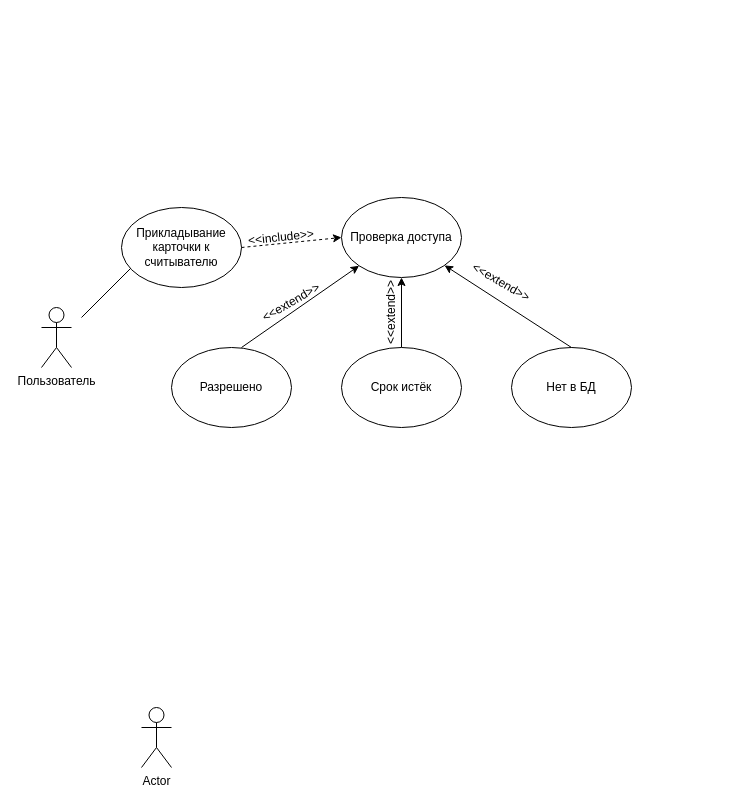
Before: Документация/Диаграмма прецедентов.drawio in Artepi2349/RFID, a draw.io diagram. Source tidied: cells renumbered, new cells numbered last; positions are measured from the earlier drawing's top-left corner, leaving out a move shared by most shapes. Both pictures are drawn from the tidied source at 100%, with x=0, y=0 at pixel (41, 197).
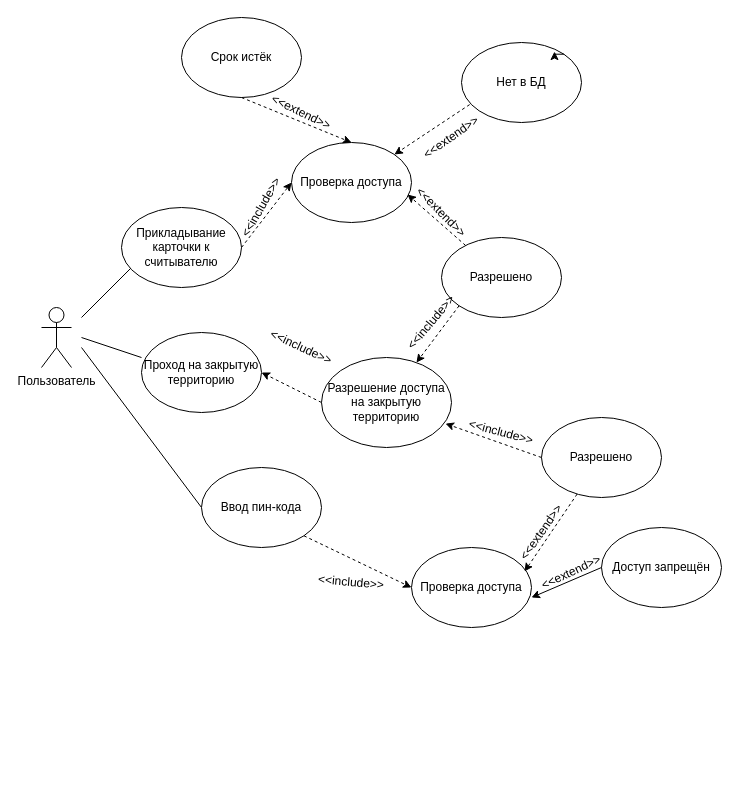
The same diagram, later.

The edit, as a diff of the source:
```diff
@@
-    <mxCell id="5" style="edgeStyle=orthogonalEdgeStyle;rounded=0;jettySize=auto;html=1;entryX=0.5;entryY=1;entryDx=0;entryDy=0;" parent="1" edge="1" source="6" target="7">
-      <mxGeometry relative="1" as="geometry" />
-    </mxCell>
     <mxCell id="6" value="Срок истёк" style="ellipse;whiteSpace=wrap;html=1;" parent="1" vertex="1">
-      <mxGeometry x="300" y="150" width="120" height="80" as="geometry" />
+      <mxGeometry x="140" y="-180" width="120" height="80" as="geometry" />
     </mxCell>
     <mxCell id="7" value="Проверка доступа" style="ellipse;whiteSpace=wrap;html=1;" parent="1" vertex="1">
-      <mxGeometry x="300" width="120" height="80" as="geometry" />
+      <mxGeometry x="250" y="-55" width="120" height="80" as="geometry" />
     </mxCell>
@@
-    <mxCell id="9" value="&amp;lt;&amp;lt;include&amp;gt;&amp;gt;" style="text;html=1;align=center;verticalAlign=middle;whiteSpace=wrap;rounded=0;rotation=354;" parent="1" vertex="1">
-      <mxGeometry x="210" y="25" width="60" height="30" as="geometry" />
+    <mxCell id="9" value="&amp;lt;&amp;lt;include&amp;gt;&amp;gt;" style="text;html=1;align=center;verticalAlign=middle;whiteSpace=wrap;rounded=0;rotation=-60;" parent="1" vertex="1">
+      <mxGeometry x="190" y="-5" width="60" height="30" as="geometry" />
     </mxCell>
     <mxCell id="10" value="Разрешено" style="ellipse;whiteSpace=wrap;html=1;" parent="1" vertex="1">
-      <mxGeometry x="130" y="150" width="120" height="80" as="geometry" />
+      <mxGeometry x="400" y="40" width="120" height="80" as="geometry" />
     </mxCell>
     <mxCell id="11" value="Нет в БД" style="ellipse;whiteSpace=wrap;html=1;" parent="1" vertex="1">
-      <mxGeometry x="470" y="150" width="120" height="80" as="geometry" />
+      <mxGeometry x="420" y="-155" width="120" height="80" as="geometry" />
     </mxCell>
-    <mxCell id="12" style="endArrow=classic;html=1;rounded=0;entryX=0;entryY=1;entryDx=0;entryDy=0;" parent="1" edge="1" target="7">
-      <mxGeometry relative="1" as="geometry">
-        <mxPoint x="200" y="150" as="sourcePoint" />
-      </mxGeometry>
+    <mxCell id="12" style="endArrow=classic;html=1;rounded=0;entryX=0.967;entryY=0.65;entryDx=0;entryDy=0;dashed=1;entryPerimeter=0;" parent="1" edge="1" source="10" target="7">
+      <mxGeometry relative="1" as="geometry" />
     </mxCell>
-    <mxCell id="13" style="endArrow=classic;html=1;rounded=0;exitX=0.5;exitY=0;exitDx=0;exitDy=0;" parent="1" edge="1" source="11" target="7">
+    <mxCell id="13" style="endArrow=classic;html=1;rounded=0;exitX=0.068;exitY=0.776;exitDx=0;exitDy=0;exitPerimeter=0;dashed=1;" parent="1" edge="1" source="11" target="7">
       <mxGeometry relative="1" as="geometry" />
     </mxCell>
-    <mxCell id="14" value="&amp;lt;&amp;lt;extend&amp;gt;&amp;gt;" style="text;html=1;align=center;verticalAlign=middle;whiteSpace=wrap;rounded=0;rotation=330;" parent="1" vertex="1">
-      <mxGeometry x="220" y="90" width="60" height="30" as="geometry" />
+    <mxCell id="14" value="&amp;lt;&amp;lt;extend&amp;gt;&amp;gt;" style="text;html=1;align=center;verticalAlign=middle;whiteSpace=wrap;rounded=0;rotation=45;" parent="1" vertex="1">
+      <mxGeometry x="370" width="60" height="30" as="geometry" />
     </mxCell>
+    <mxCell id="16" value="&amp;lt;&amp;lt;extend&amp;gt;&amp;gt;" style="text;html=1;align=center;verticalAlign=middle;whiteSpace=wrap;rounded=0;rotation=-35;" parent="1" vertex="1">
+      <mxGeometry x="380" y="-75" width="60" height="30" as="geometry" />
+    </mxCell>
+    <mxCell id="18" style="endArrow=none;html=1;rounded=0;" parent="1" edge="1">
+      <mxGeometry relative="1" as="geometry">
+        <mxPoint x="160" y="310" as="sourcePoint" />
+        <mxPoint x="40" y="150" as="targetPoint" />
+      </mxGeometry>
+    </mxCell>
+    <mxCell id="19" value="Ввод пин-кода" style="ellipse;whiteSpace=wrap;html=1;" parent="1" vertex="1">
+      <mxGeometry x="160" y="270" width="120" height="80" as="geometry" />
+    </mxCell>
+    <mxCell id="20" style="edgeStyle=orthogonalEdgeStyle;rounded=0;jettySize=auto;html=1;exitX=0;exitY=1;exitDx=0;exitDy=0;" parent="1" edge="1" source="21">
+      <mxGeometry relative="1" as="geometry">
+        <mxPoint x="388" y="400" as="targetPoint" />
+      </mxGeometry>
+    </mxCell>
+    <mxCell id="21" value="Проверка доступа" style="ellipse;whiteSpace=wrap;html=1;" parent="1" vertex="1">
+      <mxGeometry x="370" y="350" width="120" height="80" as="geometry" />
+    </mxCell>
+    <mxCell id="22" value="&amp;lt;&amp;lt;include&amp;gt;&amp;gt;" style="text;html=1;align=center;verticalAlign=middle;whiteSpace=wrap;rounded=0;rotation=5;" parent="1" vertex="1">
+      <mxGeometry x="280" y="370" width="60" height="30" as="geometry" />
+    </mxCell>
+    <mxCell id="23" style="endArrow=classic;html=1;rounded=0;dashed=1;exitX=1;exitY=1;exitDx=0;exitDy=0;entryX=0;entryY=0.5;entryDx=0;entryDy=0;" parent="1" edge="1" source="19" target="21">
+      <mxGeometry relative="1" as="geometry" />
+    </mxCell>
-    <mxCell id="15" value="&amp;lt;&amp;lt;extend&amp;gt;&amp;gt;" style="text;html=1;align=center;verticalAlign=middle;whiteSpace=wrap;rounded=0;rotation=270;" parent="1" vertex="1">
-      <mxGeometry x="320" y="100" width="60" height="30" as="geometry" />
+    <mxCell id="15" value="&amp;lt;&amp;lt;extend&amp;gt;&amp;gt;" style="text;html=1;align=center;verticalAlign=middle;whiteSpace=wrap;rounded=0;rotation=26;" parent="1" vertex="1">
+      <mxGeometry x="230" y="-100" width="60" height="30" as="geometry" />
     </mxCell>
-    <mxCell id="16" value="&amp;lt;&amp;lt;extend&amp;gt;&amp;gt;" style="text;html=1;align=center;verticalAlign=middle;whiteSpace=wrap;rounded=0;rotation=30;" parent="1" vertex="1">
-      <mxGeometry x="430" y="70" width="60" height="30" as="geometry" />
-    </mxCell>
-    <mxCell id="17" value="Actor" style="shape=umlActor;verticalLabelPosition=bottom;verticalAlign=top;html=1;" parent="1" vertex="1">
-      <mxGeometry x="100" y="510" width="30" height="60" as="geometry" />
-    </mxCell>
+    <mxCell id="24" style="endArrow=classic;html=1;rounded=0;entryX=0.942;entryY=0.3;entryDx=0;entryDy=0;entryPerimeter=0;dashed=1;" parent="1" edge="1" source="34" target="21">
+      <mxGeometry relative="1" as="geometry" />
+    </mxCell>
+    <mxCell id="25" value="&amp;lt;&amp;lt;extend&amp;gt;&amp;gt;" style="text;html=1;align=center;verticalAlign=middle;whiteSpace=wrap;rounded=0;rotation=-25;" parent="1" vertex="1">
+      <mxGeometry x="500" y="360" width="60" height="30" as="geometry" />
+    </mxCell>
+    <mxCell id="26" value="Проход на закрытую территорию" style="ellipse;whiteSpace=wrap;html=1;" parent="1" vertex="1">
+      <mxGeometry x="100" y="135" width="120" height="80" as="geometry" />
+    </mxCell>
+    <mxCell id="27" value="Разрешение доступа на закрытую территорию" style="ellipse;whiteSpace=wrap;html=1;" parent="1" vertex="1">
+      <mxGeometry x="280" y="160" width="130" height="90" as="geometry" />
+    </mxCell>
+    <mxCell id="28" style="endArrow=classic;html=1;rounded=0;dashed=1;exitX=0;exitY=1;exitDx=0;exitDy=0;" parent="1" edge="1" source="10" target="27">
+      <mxGeometry relative="1" as="geometry" />
+    </mxCell>
+    <mxCell id="29" style="endArrow=classic;html=1;rounded=0;exitX=0;exitY=0.5;exitDx=0;exitDy=0;entryX=1;entryY=0.5;entryDx=0;entryDy=0;dashed=1;" parent="1" edge="1" source="27" target="26">
+      <mxGeometry relative="1" as="geometry" />
+    </mxCell>
+    <mxCell id="30" style="endArrow=none;html=1;rounded=0;entryX=0;entryY=0.313;entryDx=0;entryDy=0;entryPerimeter=0;" parent="1" edge="1" target="26">
+      <mxGeometry relative="1" as="geometry">
+        <mxPoint x="40" y="140" as="sourcePoint" />
+      </mxGeometry>
+    </mxCell>
+    <mxCell id="31" value="&amp;lt;&amp;lt;include&amp;gt;&amp;gt;" style="text;html=1;align=center;verticalAlign=middle;whiteSpace=wrap;rounded=0;rotation=25;" parent="1" vertex="1">
+      <mxGeometry x="230" y="135" width="60" height="30" as="geometry" />
+    </mxCell>
+    <mxCell id="32" value="&amp;lt;&amp;lt;include&amp;gt;&amp;gt;" style="text;html=1;align=center;verticalAlign=middle;whiteSpace=wrap;rounded=0;rotation=-50;dashed=1;" parent="1" vertex="1">
+      <mxGeometry x="360" y="110" width="60" height="30" as="geometry" />
+    </mxCell>
+    <mxCell id="33" style="edgeStyle=orthogonalEdgeStyle;rounded=0;orthogonalLoop=1;jettySize=auto;html=1;exitX=1;exitY=0;exitDx=0;exitDy=0;entryX=0.775;entryY=0.113;entryDx=0;entryDy=0;entryPerimeter=0;" parent="1" edge="1" source="11" target="11">
+      <mxGeometry relative="1" as="geometry" />
+    </mxCell>
+    <mxCell id="34" value="Разрешено" style="ellipse;whiteSpace=wrap;html=1;" parent="1" vertex="1">
+      <mxGeometry x="500" y="220" width="120" height="80" as="geometry" />
+    </mxCell>
+    <mxCell id="35" style="endArrow=classic;html=1;rounded=0;entryX=0.5;entryY=0;entryDx=0;entryDy=0;dashed=1;" parent="1" edge="1" target="7">
+      <mxGeometry relative="1" as="geometry">
+        <mxPoint x="200" y="-100" as="sourcePoint" />
+      </mxGeometry>
+    </mxCell>
+    <mxCell id="36" value="Доступ запрещён" style="ellipse;whiteSpace=wrap;html=1;" parent="1" vertex="1">
+      <mxGeometry x="560" y="330" width="120" height="80" as="geometry" />
+    </mxCell>
+    <mxCell id="37" style="endArrow=classic;html=1;rounded=0;exitX=0;exitY=0.5;exitDx=0;exitDy=0;" parent="1" edge="1" source="36">
+      <mxGeometry relative="1" as="geometry">
+        <mxPoint x="490" y="400" as="targetPoint" />
+      </mxGeometry>
+    </mxCell>
+    <mxCell id="38" value="&amp;lt;&amp;lt;extend&amp;gt;&amp;gt;" style="text;html=1;align=center;verticalAlign=middle;whiteSpace=wrap;rounded=0;rotation=-55;" parent="1" vertex="1">
+      <mxGeometry x="470" y="320" width="60" height="30" as="geometry" />
+    </mxCell>
+    <mxCell id="39" value="&amp;lt;&amp;lt;include&amp;gt;&amp;gt;" style="text;html=1;align=center;verticalAlign=middle;whiteSpace=wrap;rounded=0;rotation=15;dashed=1;" parent="1" vertex="1">
+      <mxGeometry x="430" y="220" width="60" height="30" as="geometry" />
+    </mxCell>
+    <mxCell id="40" style="endArrow=classic;html=1;rounded=0;entryX=0.954;entryY=0.735;entryDx=0;entryDy=0;entryPerimeter=0;dashed=1;" parent="1" edge="1" target="27">
+      <mxGeometry relative="1" as="geometry">
+        <mxPoint x="500" y="260" as="sourcePoint" />
+      </mxGeometry>
+    </mxCell>
```
